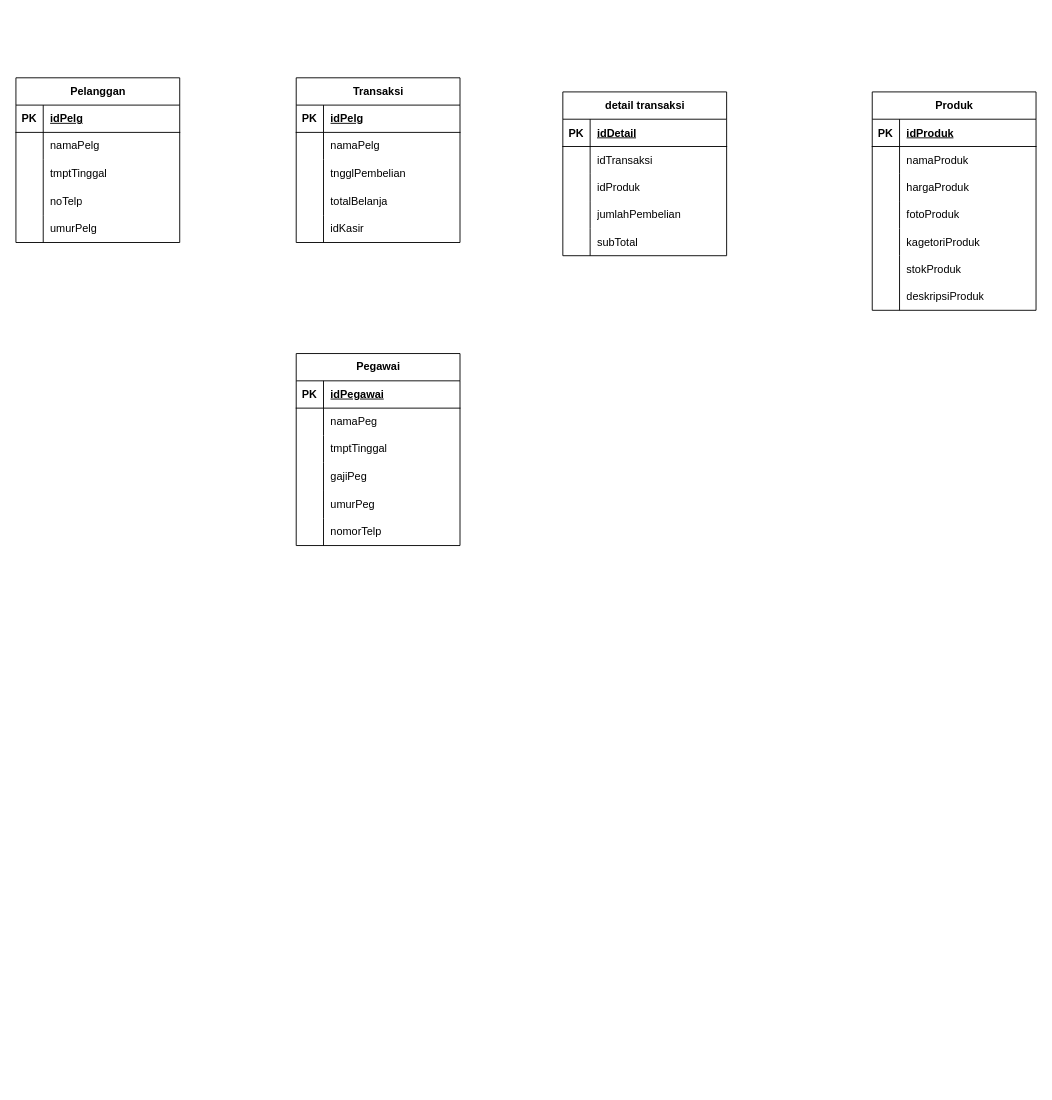
shinoaaa/flowchartttz keeps this draw.io diagram as Diagram Tanpa Judul.drawio. Above is the earlier version. Source tidied: cells renumbered, new cells numbered last; positions are measured from the earlier drawing's top-left corner, leaving out a move shared by most shapes. Both pictures are drawn from the tidied source at 91%, with x=0, y=0 at pixel (15, 77).
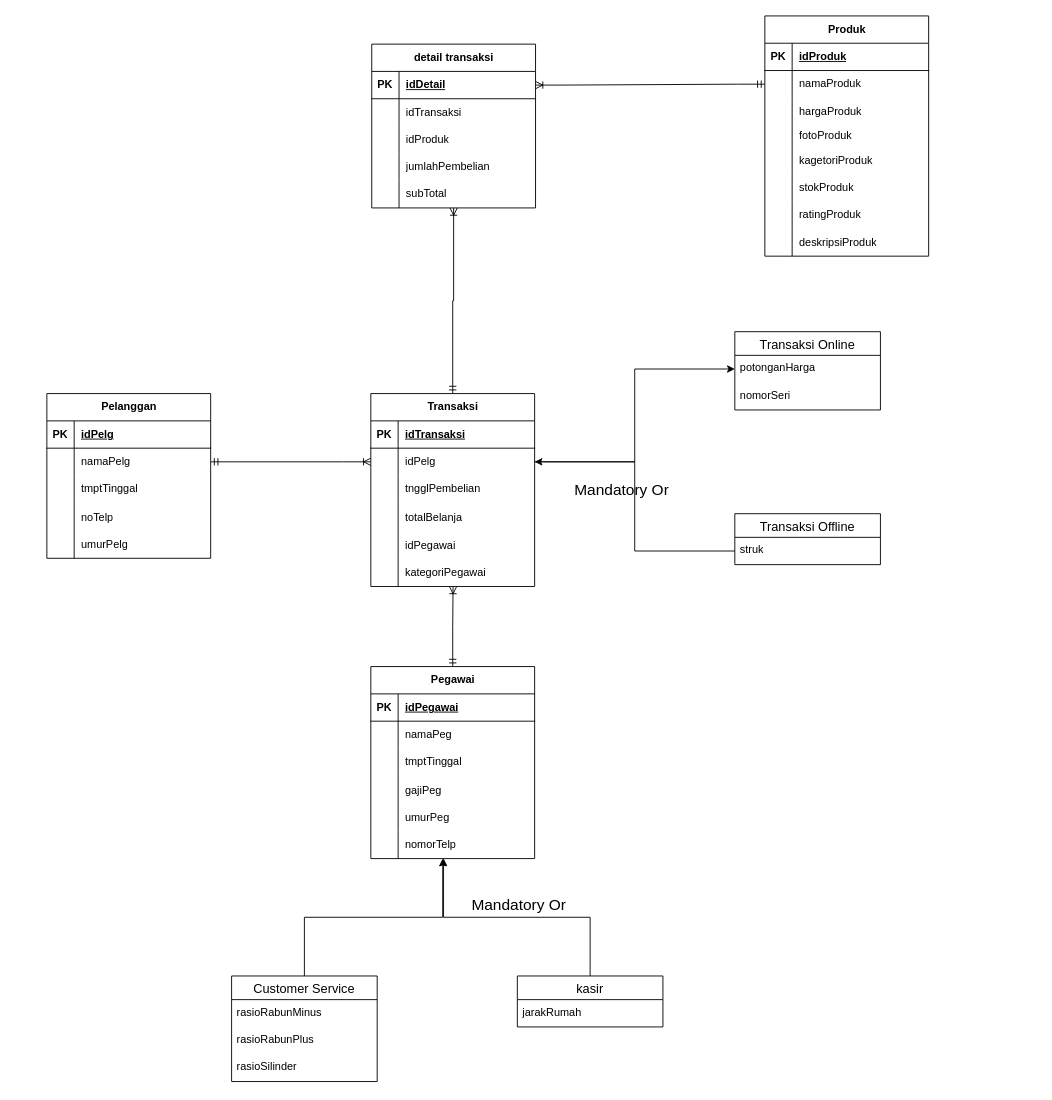
The same page after the edit.

Unchanged cells that the change refers to:
```xml
<mxCell id="6" style="shape=tableRow;horizontal=0;startSize=0;swimlaneHead=0;swimlaneBody=0;fillColor=none;points=[[0,0.5],[1,0.5]];portConstraint=eastwest;top=0;left=0;right=0;bottom=0;" parent="2" vertex="1">
  <mxGeometry y="60" width="180" height="30" as="geometry" />
</mxCell>
<mxCell id="19" style="shape=tableRow;horizontal=0;startSize=0;swimlaneHead=0;swimlaneBody=0;fillColor=none;top=0;left=0;right=0;bottom=1;" parent="18" vertex="1">
  <mxGeometry y="30" width="180" height="30" as="geometry" />
</mxCell>
<mxCell id="22" style="shape=tableRow;horizontal=0;startSize=0;swimlaneHead=0;swimlaneBody=0;fillColor=none;points=[[0,0.5],[1,0.5]];portConstraint=eastwest;top=0;left=0;right=0;bottom=0;" parent="18" vertex="1">
  <mxGeometry y="60" width="180" height="30" as="geometry" />
</mxCell>
<mxCell id="50" style="shape=tableRow;horizontal=0;startSize=0;swimlaneHead=0;swimlaneBody=0;fillColor=none;points=[[0,0.5],[1,0.5]];portConstraint=eastwest;top=0;left=0;right=0;bottom=0;" parent="34" vertex="1">
  <mxGeometry y="181" width="180" height="30" as="geometry" />
</mxCell>
<mxCell id="54" style="shape=tableRow;horizontal=0;startSize=0;swimlaneHead=0;swimlaneBody=0;fillColor=none;points=[[0,0.5],[1,0.5]];portConstraint=eastwest;top=0;left=0;right=0;bottom=1;" parent="53" vertex="1">
  <mxGeometry y="30" width="180" height="30" as="geometry" />
</mxCell>
<mxCell id="73" style="shape=tableRow;horizontal=0;startSize=0;swimlaneHead=0;swimlaneBody=0;fillColor=none;points=[[0,0.5],[1,0.5]];portConstraint=eastwest;top=0;left=0;right=0;bottom=0;" parent="69" vertex="1">
  <mxGeometry y="60" width="180" height="30" as="geometry" />
</mxCell>
```

Change to the diagram source:
```diff
@@
     <mxCell id="2" value="Pelanggan" style="shape=table;startSize=30;childLayout=tableLayout;rowLines=0;fontStyle=1;align=center;html=1;" parent="1" vertex="1">
-      <mxGeometry width="180" height="181" as="geometry" />
+      <mxGeometry x="34" y="347" width="180" height="181" as="geometry" />
     </mxCell>
@@
     <mxCell id="18" value="Transaksi" style="shape=table;startSize=30;childLayout=tableLayout;rowLines=0;fontStyle=1;align=center;html=1;" parent="1" vertex="1">
-      <mxGeometry x="308" width="180" height="181" as="geometry" />
+      <mxGeometry x="390" y="347" width="180" height="212" as="geometry" />
     </mxCell>
@@
-    <mxCell id="21" value="idPelg" style="shape=partialRectangle;fillColor=none;top=0;left=0;bottom=0;right=0;align=left;spacingLeft=6;fontStyle=5;overflow=hidden;whiteSpace=wrap;html=1;" parent="19" vertex="1">
+    <mxCell id="21" value="idTransaksi" style="shape=partialRectangle;fillColor=none;top=0;left=0;bottom=0;right=0;align=left;spacingLeft=6;fontStyle=5;overflow=hidden;whiteSpace=wrap;html=1;" parent="19" vertex="1">
       <mxGeometry x="30" width="150" height="30" as="geometry" />
     </mxCell>
@@
-    <mxCell id="24" value="namaPelg" style="shape=partialRectangle;fillColor=none;top=0;left=0;bottom=0;right=0;align=left;spacingLeft=6;overflow=hidden;whiteSpace=wrap;html=1;" parent="22" vertex="1">
+    <mxCell id="24" value="idPelg" style="shape=partialRectangle;fillColor=none;top=0;left=0;bottom=0;right=0;align=left;spacingLeft=6;overflow=hidden;whiteSpace=wrap;html=1;" parent="22" vertex="1">
       <mxGeometry x="30" width="150" height="30" as="geometry" />
     </mxCell>
@@
+    <mxCell id="91" style="shape=tableRow;horizontal=0;startSize=0;swimlaneHead=0;swimlaneBody=0;fillColor=none;top=0;left=0;right=0;bottom=0;" parent="18" vertex="1">
+      <mxGeometry y="151" width="180" height="31" as="geometry" />
+    </mxCell>
+    <mxCell id="92" style="shape=partialRectangle;fillColor=none;top=0;left=0;bottom=0;right=0;overflow=hidden;whiteSpace=wrap;html=1;" parent="91" vertex="1">
+      <mxGeometry width="30" height="31" as="geometry" />
+    </mxCell>
+    <mxCell id="93" value="idPegawai" style="shape=partialRectangle;fillColor=none;top=0;left=0;bottom=0;right=0;align=left;spacingLeft=6;overflow=hidden;whiteSpace=wrap;html=1;" parent="91" vertex="1">
+      <mxGeometry x="30" width="150" height="31" as="geometry" />
+    </mxCell>
     <mxCell id="31" style="shape=tableRow;horizontal=0;startSize=0;swimlaneHead=0;swimlaneBody=0;fillColor=none;points=[[0,0.5],[1,0.5]];portConstraint=eastwest;top=0;left=0;right=0;bottom=0;" parent="18" vertex="1">
-      <mxGeometry y="151" width="180" height="30" as="geometry" />
+      <mxGeometry y="182" width="180" height="30" as="geometry" />
     </mxCell>
@@
-    <mxCell id="33" value="idKasir" style="shape=partialRectangle;fillColor=none;top=0;left=0;bottom=0;right=0;align=left;spacingLeft=6;overflow=hidden;whiteSpace=wrap;html=1;" parent="31" vertex="1">
+    <mxCell id="33" value="kategoriPegawai" style="shape=partialRectangle;fillColor=none;top=0;left=0;bottom=0;right=0;align=left;spacingLeft=6;overflow=hidden;whiteSpace=wrap;html=1;" parent="31" vertex="1">
       <mxGeometry x="30" width="150" height="30" as="geometry" />
     </mxCell>
     <mxCell id="34" value="Pegawai" style="shape=table;startSize=30;childLayout=tableLayout;rowLines=0;fontStyle=1;align=center;html=1;" parent="1" vertex="1">
-      <mxGeometry x="308" y="303" width="180" height="211" as="geometry" />
+      <mxGeometry x="390" y="647" width="180" height="211" as="geometry" />
     </mxCell>
@@
+    <mxCell id="94" style="edgeStyle=orthogonalEdgeStyle;rounded=0;jettySize=auto;html=1;entryX=0.5;entryY=0;entryDx=0;entryDy=0;startArrow=ERoneToMany;startFill=0;endArrow=ERmandOne;endFill=0;" parent="1" edge="1" source="53" target="18">
+      <mxGeometry relative="1" as="geometry" />
+    </mxCell>
     <mxCell id="53" value="detail transaksi" style="shape=table;startSize=30;childLayout=tableLayout;rowLines=0;fontStyle=1;align=center;html=1;" parent="1" vertex="1">
-      <mxGeometry x="601" y="15.5" width="180" height="180" as="geometry" />
+      <mxGeometry x="391" y="-37" width="180" height="180" as="geometry" />
     </mxCell>
@@
     <mxCell id="69" value="Produk" style="shape=table;startSize=30;childLayout=tableLayout;rowLines=0;fontStyle=1;align=center;html=1;" parent="1" vertex="1">
-      <mxGeometry x="941" y="15.5" width="180" height="240" as="geometry" />
+      <mxGeometry x="823" y="-68" width="180" height="264" as="geometry" />
     </mxCell>
@@
     <mxCell id="79" style="shape=tableRow;horizontal=0;startSize=0;swimlaneHead=0;swimlaneBody=0;fillColor=none;top=0;left=0;right=0;bottom=0;" parent="69" vertex="1">
-      <mxGeometry y="120" width="180" height="30" as="geometry" />
+      <mxGeometry y="120" width="180" height="24" as="geometry" />
     </mxCell>
     <mxCell id="80" style="shape=partialRectangle;fillColor=none;top=0;left=0;bottom=0;right=0;overflow=hidden;whiteSpace=wrap;html=1;" parent="79" vertex="1">
-      <mxGeometry width="30" height="30" as="geometry" />
+      <mxGeometry width="30" height="24" as="geometry" />
     </mxCell>
     <mxCell id="81" value="fotoProduk" style="shape=partialRectangle;fillColor=none;top=0;left=0;bottom=0;right=0;align=left;spacingLeft=6;overflow=hidden;whiteSpace=wrap;html=1;" parent="79" vertex="1">
-      <mxGeometry x="30" width="150" height="30" as="geometry" />
+      <mxGeometry x="30" width="150" height="24" as="geometry" />
     </mxCell>
     <mxCell id="82" style="shape=tableRow;horizontal=0;startSize=0;swimlaneHead=0;swimlaneBody=0;fillColor=none;top=0;left=0;right=0;bottom=0;" parent="69" vertex="1">
-      <mxGeometry y="150" width="180" height="30" as="geometry" />
+      <mxGeometry y="144" width="180" height="30" as="geometry" />
     </mxCell>
@@
     <mxCell id="85" style="shape=tableRow;horizontal=0;startSize=0;swimlaneHead=0;swimlaneBody=0;fillColor=none;top=0;left=0;right=0;bottom=0;" parent="69" vertex="1">
-      <mxGeometry y="180" width="180" height="30" as="geometry" />
+      <mxGeometry y="174" width="180" height="30" as="geometry" />
     </mxCell>
@@
+    <mxCell id="95" style="shape=tableRow;horizontal=0;startSize=0;swimlaneHead=0;swimlaneBody=0;fillColor=none;top=0;left=0;right=0;bottom=0;" parent="69" vertex="1">
+      <mxGeometry y="204" width="180" height="30" as="geometry" />
+    </mxCell>
+    <mxCell id="96" style="shape=partialRectangle;fillColor=none;top=0;left=0;bottom=0;right=0;overflow=hidden;whiteSpace=wrap;html=1;" parent="95" vertex="1">
+      <mxGeometry width="30" height="30" as="geometry" />
+    </mxCell>
+    <mxCell id="97" value="ratingProduk" style="shape=partialRectangle;fillColor=none;top=0;left=0;bottom=0;right=0;align=left;spacingLeft=6;overflow=hidden;whiteSpace=wrap;html=1;" parent="95" vertex="1">
+      <mxGeometry x="30" width="150" height="30" as="geometry" />
+    </mxCell>
     <mxCell id="88" style="shape=tableRow;horizontal=0;startSize=0;swimlaneHead=0;swimlaneBody=0;fillColor=none;top=0;left=0;right=0;bottom=0;" parent="69" vertex="1">
-      <mxGeometry y="210" width="180" height="30" as="geometry" />
+      <mxGeometry y="234" width="180" height="30" as="geometry" />
     </mxCell>
@@
+    <mxCell id="98" style="edgeStyle=orthogonalEdgeStyle;rounded=0;jettySize=auto;html=1;entryX=0.502;entryY=0.998;entryDx=0;entryDy=0;entryPerimeter=0;startArrow=ERmandOne;startFill=0;endArrow=ERoneToMany;endFill=0;" parent="1" edge="1" source="34" target="31">
+      <mxGeometry relative="1" as="geometry" />
+    </mxCell>
+    <mxCell id="99" style="edgeStyle=entityRelationEdgeStyle;fontSize=12;html=1;endArrow=ERoneToMany;startArrow=ERmandOne;rounded=0;exitX=1;exitY=0.5;exitDx=0;exitDy=0;entryX=0;entryY=0.5;entryDx=0;entryDy=0;startFill=0;" parent="1" edge="1" source="6" target="22">
+      <mxGeometry relative="1" as="geometry" />
+    </mxCell>
+    <mxCell id="100" style="edgeStyle=entityRelationEdgeStyle;fontSize=12;html=1;endArrow=ERoneToMany;startArrow=ERmandOne;rounded=0;entryX=1;entryY=0.5;entryDx=0;entryDy=0;startFill=0;exitX=0;exitY=0.5;exitDx=0;exitDy=0;" parent="1" edge="1" source="73" target="54">
+      <mxGeometry relative="1" as="geometry" />
+    </mxCell>
+    <mxCell id="101" value="Transaksi Online" style="swimlane;fontStyle=0;horizontal=1;startSize=26;align=center;fontSize=14;" parent="1" vertex="1">
+      <mxGeometry x="790" y="279" width="160" height="86" as="geometry" />
+    </mxCell>
+    <mxCell id="102" value="potonganHarga" style="text;strokeColor=none;fillColor=none;spacingLeft=4;spacingRight=4;overflow=hidden;points=[[0,0.5],[1,0.5]];portConstraint=eastwest;fontSize=12;whiteSpace=wrap;html=1;" parent="101" vertex="1">
+      <mxGeometry y="26" width="160" height="30" as="geometry" />
+    </mxCell>
+    <mxCell id="103" value="nomorSeri" style="text;strokeColor=none;fillColor=none;spacingLeft=4;spacingRight=4;overflow=hidden;fontSize=12;whiteSpace=wrap;html=1;" parent="101" vertex="1">
+      <mxGeometry y="56" width="160" height="30" as="geometry" />
+    </mxCell>
+    <mxCell id="104" value="Transaksi Offline" style="swimlane;fontStyle=0;horizontal=1;startSize=26;align=center;fontSize=14;" parent="1" vertex="1">
+      <mxGeometry x="790" y="479" width="160" height="56" as="geometry" />
+    </mxCell>
+    <mxCell id="105" value="struk" style="text;strokeColor=none;fillColor=none;spacingLeft=4;spacingRight=4;overflow=hidden;points=[[0,0.5],[1,0.5]];portConstraint=eastwest;fontSize=12;whiteSpace=wrap;html=1;" parent="104" vertex="1">
+      <mxGeometry y="26" width="160" height="30" as="geometry" />
+    </mxCell>
+    <mxCell id="106" style="edgeStyle=orthogonalEdgeStyle;rounded=0;jettySize=auto;html=1;entryX=0;entryY=0.5;entryDx=0;entryDy=0;" parent="1" edge="1" source="22" target="102">
+      <mxGeometry relative="1" as="geometry" />
+    </mxCell>
+    <mxCell id="107" style="edgeStyle=orthogonalEdgeStyle;rounded=0;jettySize=auto;html=1;entryX=1;entryY=0.5;entryDx=0;entryDy=0;" parent="1" edge="1" target="22">
+      <mxGeometry relative="1" as="geometry" />
+    </mxCell>
+    <mxCell id="108" value="Mandatory Or" style="text;strokeColor=none;fillColor=none;spacingLeft=4;spacingRight=4;overflow=hidden;fontSize=17;whiteSpace=wrap;html=1;" parent="1" vertex="1">
+      <mxGeometry x="608" y="437" width="118" height="30" as="geometry" />
+    </mxCell>
+    <mxCell id="109" value="Customer Service" style="swimlane;fontStyle=0;horizontal=1;startSize=26;align=center;fontSize=14;" parent="1" vertex="1">
+      <mxGeometry x="237" y="987" width="160" height="116" as="geometry" />
+    </mxCell>
+    <mxCell id="110" value="rasioRabunMinus" style="text;strokeColor=none;fillColor=none;spacingLeft=4;spacingRight=4;overflow=hidden;fontSize=12;whiteSpace=wrap;html=1;" parent="109" vertex="1">
+      <mxGeometry y="26" width="160" height="30" as="geometry" />
+    </mxCell>
+    <mxCell id="111" value="rasioRabunPlus" style="text;strokeColor=none;fillColor=none;spacingLeft=4;spacingRight=4;overflow=hidden;fontSize=12;whiteSpace=wrap;html=1;" parent="109" vertex="1">
+      <mxGeometry y="56" width="160" height="30" as="geometry" />
+    </mxCell>
+    <mxCell id="112" value="rasioSilinder" style="text;strokeColor=none;fillColor=none;spacingLeft=4;spacingRight=4;overflow=hidden;fontSize=12;whiteSpace=wrap;html=1;" parent="109" vertex="1">
+      <mxGeometry y="86" width="160" height="30" as="geometry" />
+    </mxCell>
+    <mxCell id="113" style="edgeStyle=orthogonalEdgeStyle;rounded=0;jettySize=auto;html=1;entryX=1;entryY=0.5;entryDx=0;entryDy=0;" parent="1" edge="1" source="105" target="22">
+      <mxGeometry relative="1" as="geometry" />
+    </mxCell>
+    <mxCell id="114" style="edgeStyle=orthogonalEdgeStyle;rounded=0;jettySize=auto;html=1;entryX=0.439;entryY=1;entryDx=0;entryDy=0;entryPerimeter=0;" parent="1" edge="1" source="109" target="50">
+      <mxGeometry relative="1" as="geometry" />
+    </mxCell>
+    <mxCell id="115" value="kasir" style="swimlane;fontStyle=0;horizontal=1;startSize=26;align=center;fontSize=14;" parent="1" vertex="1">
+      <mxGeometry x="551" y="987" width="160" height="56" as="geometry" />
+    </mxCell>
+    <mxCell id="116" value="jarakRumah" style="text;strokeColor=none;fillColor=none;spacingLeft=4;spacingRight=4;overflow=hidden;fontSize=12;whiteSpace=wrap;html=1;" parent="115" vertex="1">
+      <mxGeometry y="26" width="160" height="30" as="geometry" />
+    </mxCell>
+    <mxCell id="117" style="edgeStyle=orthogonalEdgeStyle;rounded=0;jettySize=auto;html=1;entryX=0.444;entryY=0.993;entryDx=0;entryDy=0;entryPerimeter=0;" parent="1" edge="1" source="115" target="50">
+      <mxGeometry relative="1" as="geometry" />
+    </mxCell>
+    <mxCell id="118" value="Mandatory Or" style="text;strokeColor=none;fillColor=none;spacingLeft=4;spacingRight=4;overflow=hidden;fontSize=17;whiteSpace=wrap;html=1;" parent="1" vertex="1">
+      <mxGeometry x="495" y="893" width="118" height="30" as="geometry" />
+    </mxCell>
```
